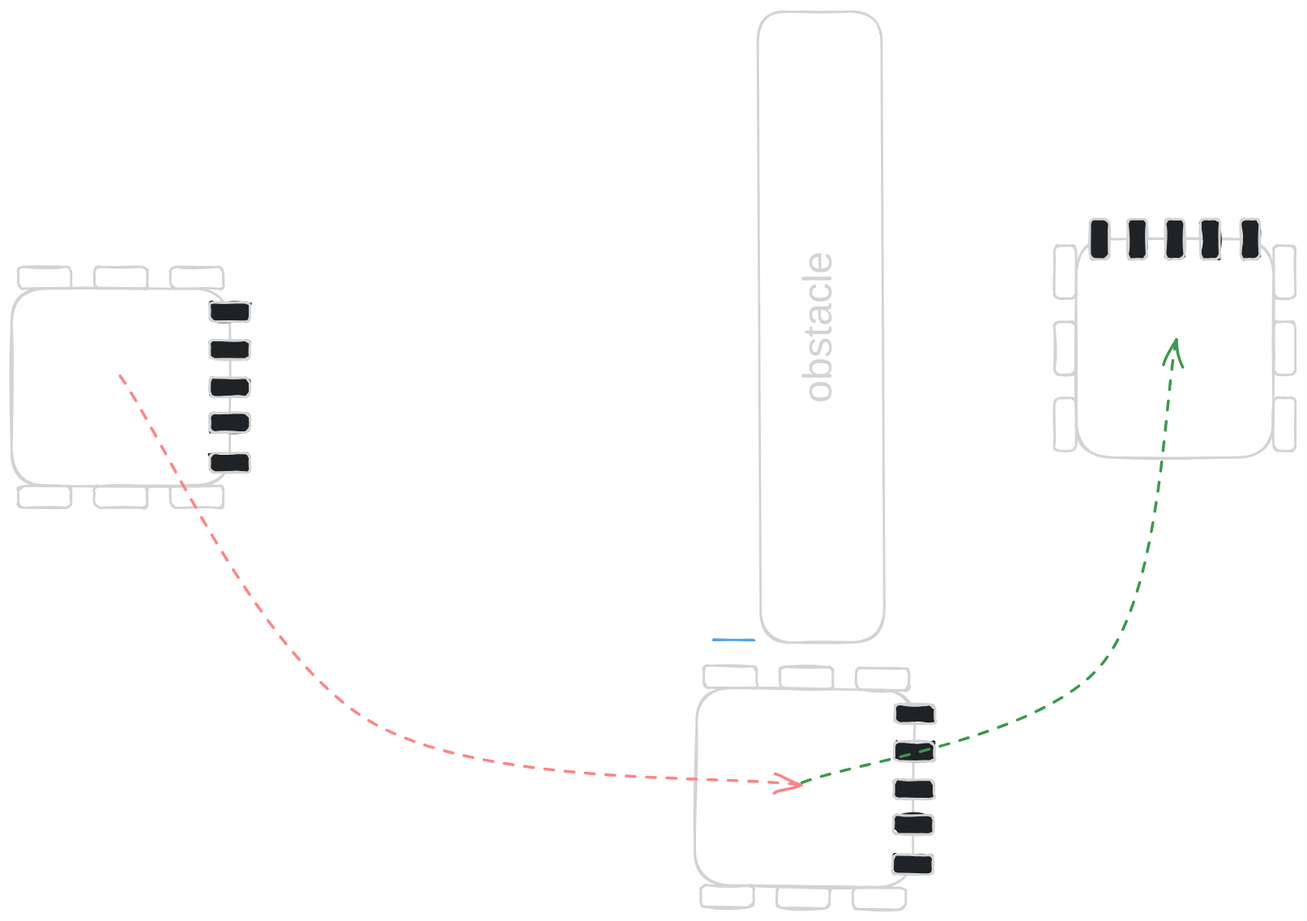
Above: docs/assets/8_motion_chaining/path-around-obstacle.svg in LemLib/LemLib (Excalidraw), before the change. Source tidied: one line per element, renumbered; positions are measured from the earlier drawing's top-left corner, leaving out a move shared by most shapes. Its diagram source:
```json
{"id": 0, "type": "rectangle", "strokeColor": "#1e1e1e", "strokeWidth": 2, "roughness": 1, "round": true, "x": 0, "y": 52, "width": 192, "height": 174}
{"id": 1, "type": "rectangle", "strokeColor": "#1e1e1e", "strokeWidth": 2, "roughness": 1, "round": true, "x": 140, "y": 226, "width": 47, "height": 19}
{"id": 2, "type": "rectangle", "strokeColor": "#1e1e1e", "strokeWidth": 2, "roughness": 1, "round": true, "x": 73, "y": 226, "width": 47, "height": 19}
{"id": 3, "type": "rectangle", "strokeColor": "#1e1e1e", "strokeWidth": 2, "roughness": 1, "round": true, "x": 6, "y": 226, "width": 47, "height": 19}
{"id": 4, "type": "rectangle", "strokeColor": "#1e1e1e", "strokeWidth": 2, "roughness": 1, "round": true, "x": 140, "y": 33, "width": 47, "height": 19}
{"id": 5, "type": "rectangle", "strokeColor": "#1e1e1e", "strokeWidth": 2, "roughness": 1, "round": true, "x": 73, "y": 33, "width": 47, "height": 19}
{"id": 6, "type": "rectangle", "strokeColor": "#1e1e1e", "strokeWidth": 2, "roughness": 1, "round": true, "x": 6, "y": 33, "width": 47, "height": 19}
{"id": 7, "type": "rectangle", "strokeColor": "#1e1e1e", "backgroundColor": "#e9ecef", "fillStyle": "solid", "strokeWidth": 2, "roughness": 1, "round": true, "x": 175, "y": 64, "width": 35, "height": 17}
{"id": 8, "type": "rectangle", "strokeColor": "#1e1e1e", "backgroundColor": "#e9ecef", "fillStyle": "solid", "strokeWidth": 2, "roughness": 1, "round": true, "x": 175, "y": 131, "width": 35, "height": 17}
{"id": 9, "type": "rectangle", "strokeColor": "#1e1e1e", "backgroundColor": "#e9ecef", "fillStyle": "solid", "strokeWidth": 2, "roughness": 1, "round": true, "x": 175, "y": 97, "width": 35, "height": 17}
{"id": 10, "type": "rectangle", "strokeColor": "#1e1e1e", "backgroundColor": "#e9ecef", "fillStyle": "solid", "strokeWidth": 2, "roughness": 1, "round": true, "x": 175, "y": 197, "width": 35, "height": 17}
{"id": 11, "type": "rectangle", "strokeColor": "#1e1e1e", "backgroundColor": "#e9ecef", "fillStyle": "solid", "strokeWidth": 2, "roughness": 1, "round": true, "x": 175, "y": 162, "width": 35, "height": 17}
{"id": 12, "type": "rectangle", "strokeColor": "#1e1e1e", "angle": 4.71, "strokeWidth": 2, "roughness": 1, "round": true, "x": 436, "y": 31, "width": 556, "height": 109}
{"id": 13, "type": "text", "text": "obstacle", "strokeColor": "#1e1e1e", "angle": 4.71, "strokeWidth": 2, "strokeStyle": "dashed", "roughness": 1, "fontSize": 36, "fontFamily": 1, "textAlign": "center", "verticalAlign": "middle", "inside": 12, "x": 639, "y": 63, "width": 149, "height": 45}
{"id": 14, "type": "rectangle", "strokeColor": "#1e1e1e", "angle": 6.3, "strokeWidth": 2, "roughness": 1, "round": true, "x": 603, "y": 405, "width": 192, "height": 174}
{"id": 15, "type": "rectangle", "strokeColor": "#1e1e1e", "angle": 6.3, "strokeWidth": 2, "roughness": 1, "round": true, "x": 742, "y": 580, "width": 47, "height": 19}
{"id": 16, "type": "rectangle", "strokeColor": "#1e1e1e", "angle": 6.3, "strokeWidth": 2, "roughness": 1, "round": true, "x": 675, "y": 579, "width": 47, "height": 19}
{"id": 17, "type": "rectangle", "strokeColor": "#1e1e1e", "angle": 6.3, "strokeWidth": 2, "roughness": 1, "round": true, "x": 608, "y": 578, "width": 47, "height": 19}
{"id": 18, "type": "rectangle", "strokeColor": "#1e1e1e", "angle": 6.3, "strokeWidth": 2, "roughness": 1, "round": true, "x": 744, "y": 387, "width": 47, "height": 19}
{"id": 19, "type": "rectangle", "strokeColor": "#1e1e1e", "angle": 6.3, "strokeWidth": 2, "roughness": 1, "round": true, "x": 677, "y": 386, "width": 47, "height": 19}
{"id": 20, "type": "rectangle", "strokeColor": "#1e1e1e", "angle": 6.3, "strokeWidth": 2, "roughness": 1, "round": true, "x": 610, "y": 385, "width": 47, "height": 19}
{"id": 21, "type": "rectangle", "strokeColor": "#1e1e1e", "angle": 6.3, "backgroundColor": "#e9ecef", "fillStyle": "solid", "strokeWidth": 2, "roughness": 1, "round": true, "x": 779, "y": 418, "width": 35, "height": 17}
{"id": 22, "type": "rectangle", "strokeColor": "#1e1e1e", "angle": 6.3, "backgroundColor": "#e9ecef", "fillStyle": "solid", "strokeWidth": 2, "roughness": 1, "round": true, "x": 778, "y": 485, "width": 35, "height": 17}
{"id": 23, "type": "rectangle", "strokeColor": "#1e1e1e", "angle": 6.3, "backgroundColor": "#e9ecef", "fillStyle": "solid", "strokeWidth": 2, "roughness": 1, "round": true, "x": 778, "y": 451, "width": 35, "height": 17}
{"id": 24, "type": "rectangle", "strokeColor": "#1e1e1e", "angle": 6.3, "backgroundColor": "#e9ecef", "fillStyle": "solid", "strokeWidth": 2, "roughness": 1, "round": true, "x": 777, "y": 551, "width": 35, "height": 17}
{"id": 25, "type": "rectangle", "strokeColor": "#1e1e1e", "angle": 6.3, "backgroundColor": "#e9ecef", "fillStyle": "solid", "strokeWidth": 2, "roughness": 1, "round": true, "x": 777, "y": 516, "width": 35, "height": 17}
{"id": 26, "type": "arrow", "strokeColor": "#e03131", "strokeWidth": 2, "strokeStyle": "dashed", "roughness": 1, "endArrowhead": "arrow", "round": true, "x": 95, "y": 130, "width": 600, "height": 361, "points": [[0, 0], [220, 303], [600, 361]]}
{"id": 27, "type": "rectangle", "strokeColor": "#1e1e1e", "angle": 4.71, "strokeWidth": 2, "roughness": 1, "round": true, "x": 929, "y": 18, "width": 192, "height": 174}
{"id": 28, "type": "rectangle", "strokeColor": "#1e1e1e", "angle": 4.71, "strokeWidth": 2, "roughness": 1, "round": true, "x": 1099, "y": 28, "width": 47, "height": 19}
{"id": 29, "type": "rectangle", "strokeColor": "#1e1e1e", "angle": 4.71, "strokeWidth": 2, "roughness": 1, "round": true, "x": 1099, "y": 95, "width": 47, "height": 19}
{"id": 30, "type": "rectangle", "strokeColor": "#1e1e1e", "angle": 4.71, "strokeWidth": 2, "roughness": 1, "round": true, "x": 1099, "y": 162, "width": 47, "height": 19}
{"id": 31, "type": "rectangle", "strokeColor": "#1e1e1e", "angle": 4.71, "strokeWidth": 2, "roughness": 1, "round": true, "x": 906, "y": 28, "width": 47, "height": 19}
{"id": 32, "type": "rectangle", "strokeColor": "#1e1e1e", "angle": 4.71, "strokeWidth": 2, "roughness": 1, "round": true, "x": 906, "y": 95, "width": 47, "height": 19}
{"id": 33, "type": "rectangle", "strokeColor": "#1e1e1e", "angle": 4.71, "strokeWidth": 2, "roughness": 1, "round": true, "x": 906, "y": 162, "width": 47, "height": 19}
{"id": 34, "type": "rectangle", "strokeColor": "#1e1e1e", "angle": 4.71, "backgroundColor": "#e9ecef", "fillStyle": "solid", "strokeWidth": 2, "roughness": 1, "round": true, "x": 941, "y": 0, "width": 35, "height": 17}
{"id": 35, "type": "rectangle", "strokeColor": "#1e1e1e", "angle": 4.71, "backgroundColor": "#e9ecef", "fillStyle": "solid", "strokeWidth": 2, "roughness": 1, "round": true, "x": 1008, "y": 0, "width": 35, "height": 17}
{"id": 36, "type": "rectangle", "strokeColor": "#1e1e1e", "angle": 4.71, "backgroundColor": "#e9ecef", "fillStyle": "solid", "strokeWidth": 2, "roughness": 1, "round": true, "x": 975, "y": 0, "width": 35, "height": 17}
{"id": 37, "type": "rectangle", "strokeColor": "#1e1e1e", "angle": 4.71, "backgroundColor": "#e9ecef", "fillStyle": "solid", "strokeWidth": 2, "roughness": 1, "round": true, "x": 1074, "y": 0, "width": 35, "height": 17}
{"id": 38, "type": "rectangle", "strokeColor": "#1e1e1e", "angle": 4.71, "backgroundColor": "#e9ecef", "fillStyle": "solid", "strokeWidth": 2, "roughness": 1, "round": true, "x": 1039, "y": 0, "width": 35, "height": 17}
{"id": 39, "type": "arrow", "strokeColor": "#2f9e44", "strokeWidth": 2, "strokeStyle": "dashed", "roughness": 1, "endArrowhead": "arrow", "round": true, "x": 698, "y": 489, "width": 328, "height": 391, "points": [[0, 0], [263, -103], [328, -391]]}
{"id": 40, "type": "line", "strokeColor": "#1971c2", "strokeWidth": 2, "roughness": 1, "round": true, "x": 655, "y": 362, "width": 36, "height": 1, "points": [[0, 0], [-36, -1]]}
```
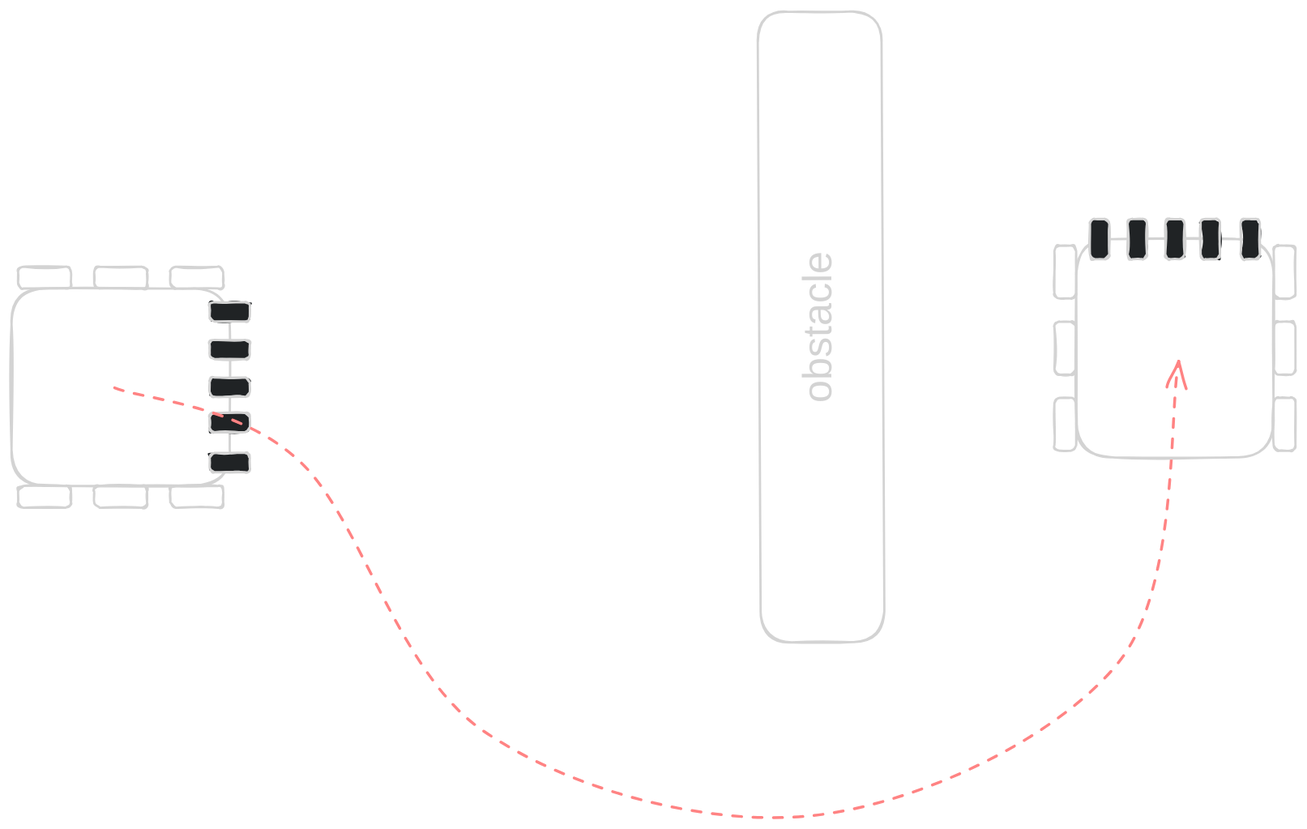
Later version of the same file.

Commit message:
docs: :bento: update motion chaining path svg

The edit, as a diff of the source:
```diff
@@ -12,19 +12,7 @@
 {"id": 11, "type": "rectangle", "strokeColor": "#1e1e1e", "backgroundColor": "#e9ecef", "fillStyle": "solid", "strokeWidth": 2, "roughness": 1, "round": true, "x": 175, "y": 162, "width": 35, "height": 17}
 {"id": 12, "type": "rectangle", "strokeColor": "#1e1e1e", "angle": 4.71, "strokeWidth": 2, "roughness": 1, "round": true, "x": 436, "y": 31, "width": 556, "height": 109}
 {"id": 13, "type": "text", "text": "obstacle", "strokeColor": "#1e1e1e", "angle": 4.71, "strokeWidth": 2, "strokeStyle": "dashed", "roughness": 1, "fontSize": 36, "fontFamily": 1, "textAlign": "center", "verticalAlign": "middle", "inside": 12, "x": 639, "y": 63, "width": 149, "height": 45}
-{"id": 14, "type": "rectangle", "strokeColor": "#1e1e1e", "angle": 6.3, "strokeWidth": 2, "roughness": 1, "round": true, "x": 603, "y": 405, "width": 192, "height": 174}
-{"id": 15, "type": "rectangle", "strokeColor": "#1e1e1e", "angle": 6.3, "strokeWidth": 2, "roughness": 1, "round": true, "x": 742, "y": 580, "width": 47, "height": 19}
-{"id": 16, "type": "rectangle", "strokeColor": "#1e1e1e", "angle": 6.3, "strokeWidth": 2, "roughness": 1, "round": true, "x": 675, "y": 579, "width": 47, "height": 19}
-{"id": 17, "type": "rectangle", "strokeColor": "#1e1e1e", "angle": 6.3, "strokeWidth": 2, "roughness": 1, "round": true, "x": 608, "y": 578, "width": 47, "height": 19}
-{"id": 18, "type": "rectangle", "strokeColor": "#1e1e1e", "angle": 6.3, "strokeWidth": 2, "roughness": 1, "round": true, "x": 744, "y": 387, "width": 47, "height": 19}
-{"id": 19, "type": "rectangle", "strokeColor": "#1e1e1e", "angle": 6.3, "strokeWidth": 2, "roughness": 1, "round": true, "x": 677, "y": 386, "width": 47, "height": 19}
-{"id": 20, "type": "rectangle", "strokeColor": "#1e1e1e", "angle": 6.3, "strokeWidth": 2, "roughness": 1, "round": true, "x": 610, "y": 385, "width": 47, "height": 19}
-{"id": 21, "type": "rectangle", "strokeColor": "#1e1e1e", "angle": 6.3, "backgroundColor": "#e9ecef", "fillStyle": "solid", "strokeWidth": 2, "roughness": 1, "round": true, "x": 779, "y": 418, "width": 35, "height": 17}
-{"id": 22, "type": "rectangle", "strokeColor": "#1e1e1e", "angle": 6.3, "backgroundColor": "#e9ecef", "fillStyle": "solid", "strokeWidth": 2, "roughness": 1, "round": true, "x": 778, "y": 485, "width": 35, "height": 17}
-{"id": 23, "type": "rectangle", "strokeColor": "#1e1e1e", "angle": 6.3, "backgroundColor": "#e9ecef", "fillStyle": "solid", "strokeWidth": 2, "roughness": 1, "round": true, "x": 778, "y": 451, "width": 35, "height": 17}
-{"id": 24, "type": "rectangle", "strokeColor": "#1e1e1e", "angle": 6.3, "backgroundColor": "#e9ecef", "fillStyle": "solid", "strokeWidth": 2, "roughness": 1, "round": true, "x": 777, "y": 551, "width": 35, "height": 17}
-{"id": 25, "type": "rectangle", "strokeColor": "#1e1e1e", "angle": 6.3, "backgroundColor": "#e9ecef", "fillStyle": "solid", "strokeWidth": 2, "roughness": 1, "round": true, "x": 777, "y": 516, "width": 35, "height": 17}
-{"id": 26, "type": "arrow", "strokeColor": "#e03131", "strokeWidth": 2, "strokeStyle": "dashed", "roughness": 1, "endArrowhead": "arrow", "round": true, "x": 95, "y": 130, "width": 600, "height": 361, "points": [[0, 0], [220, 303], [600, 361]]}
+{"id": 26, "type": "arrow", "strokeColor": "#e03131", "strokeWidth": 2, "strokeStyle": "dashed", "roughness": 1, "endArrowhead": "arrow", "round": true, "x": 91, "y": 141, "width": 938, "height": 402, "points": [[0, 0], [164, 64], [323, 302], [616, 376], [884, 242], [938, -25]]}
 {"id": 27, "type": "rectangle", "strokeColor": "#1e1e1e", "angle": 4.71, "strokeWidth": 2, "roughness": 1, "round": true, "x": 929, "y": 18, "width": 192, "height": 174}
 {"id": 28, "type": "rectangle", "strokeColor": "#1e1e1e", "angle": 4.71, "strokeWidth": 2, "roughness": 1, "round": true, "x": 1099, "y": 28, "width": 47, "height": 19}
 {"id": 29, "type": "rectangle", "strokeColor": "#1e1e1e", "angle": 4.71, "strokeWidth": 2, "roughness": 1, "round": true, "x": 1099, "y": 95, "width": 47, "height": 19}
@@ -32,10 +20,8 @@
 {"id": 31, "type": "rectangle", "strokeColor": "#1e1e1e", "angle": 4.71, "strokeWidth": 2, "roughness": 1, "round": true, "x": 906, "y": 28, "width": 47, "height": 19}
 {"id": 32, "type": "rectangle", "strokeColor": "#1e1e1e", "angle": 4.71, "strokeWidth": 2, "roughness": 1, "round": true, "x": 906, "y": 95, "width": 47, "height": 19}
 {"id": 33, "type": "rectangle", "strokeColor": "#1e1e1e", "angle": 4.71, "strokeWidth": 2, "roughness": 1, "round": true, "x": 906, "y": 162, "width": 47, "height": 19}
-{"id": 34, "type": "rectangle", "strokeColor": "#1e1e1e", "angle": 4.71, "backgroundColor": "#e9ecef", "fillStyle": "solid", "strokeWidth": 2, "roughness": 1, "round": true, "x": 941, "y": 0, "width": 35, "height": 17}
+{"id": 34, "type": "rectangle", "strokeColor": "#1e1e1e", "angle": 4.71, "backgroundColor": "#e9ecef", "fillStyle": "solid", "strokeWidth": 2, "roughness": 1, "round": true, "x": 942, "y": 0, "width": 35, "height": 17}
 {"id": 35, "type": "rectangle", "strokeColor": "#1e1e1e", "angle": 4.71, "backgroundColor": "#e9ecef", "fillStyle": "solid", "strokeWidth": 2, "roughness": 1, "round": true, "x": 1008, "y": 0, "width": 35, "height": 17}
 {"id": 36, "type": "rectangle", "strokeColor": "#1e1e1e", "angle": 4.71, "backgroundColor": "#e9ecef", "fillStyle": "solid", "strokeWidth": 2, "roughness": 1, "round": true, "x": 975, "y": 0, "width": 35, "height": 17}
 {"id": 37, "type": "rectangle", "strokeColor": "#1e1e1e", "angle": 4.71, "backgroundColor": "#e9ecef", "fillStyle": "solid", "strokeWidth": 2, "roughness": 1, "round": true, "x": 1074, "y": 0, "width": 35, "height": 17}
 {"id": 38, "type": "rectangle", "strokeColor": "#1e1e1e", "angle": 4.71, "backgroundColor": "#e9ecef", "fillStyle": "solid", "strokeWidth": 2, "roughness": 1, "round": true, "x": 1039, "y": 0, "width": 35, "height": 17}
-{"id": 39, "type": "arrow", "strokeColor": "#2f9e44", "strokeWidth": 2, "strokeStyle": "dashed", "roughness": 1, "endArrowhead": "arrow", "round": true, "x": 698, "y": 489, "width": 328, "height": 391, "points": [[0, 0], [263, -103], [328, -391]]}
-{"id": 40, "type": "line", "strokeColor": "#1971c2", "strokeWidth": 2, "roughness": 1, "round": true, "x": 655, "y": 362, "width": 36, "height": 1, "points": [[0, 0], [-36, -1]]}
```
